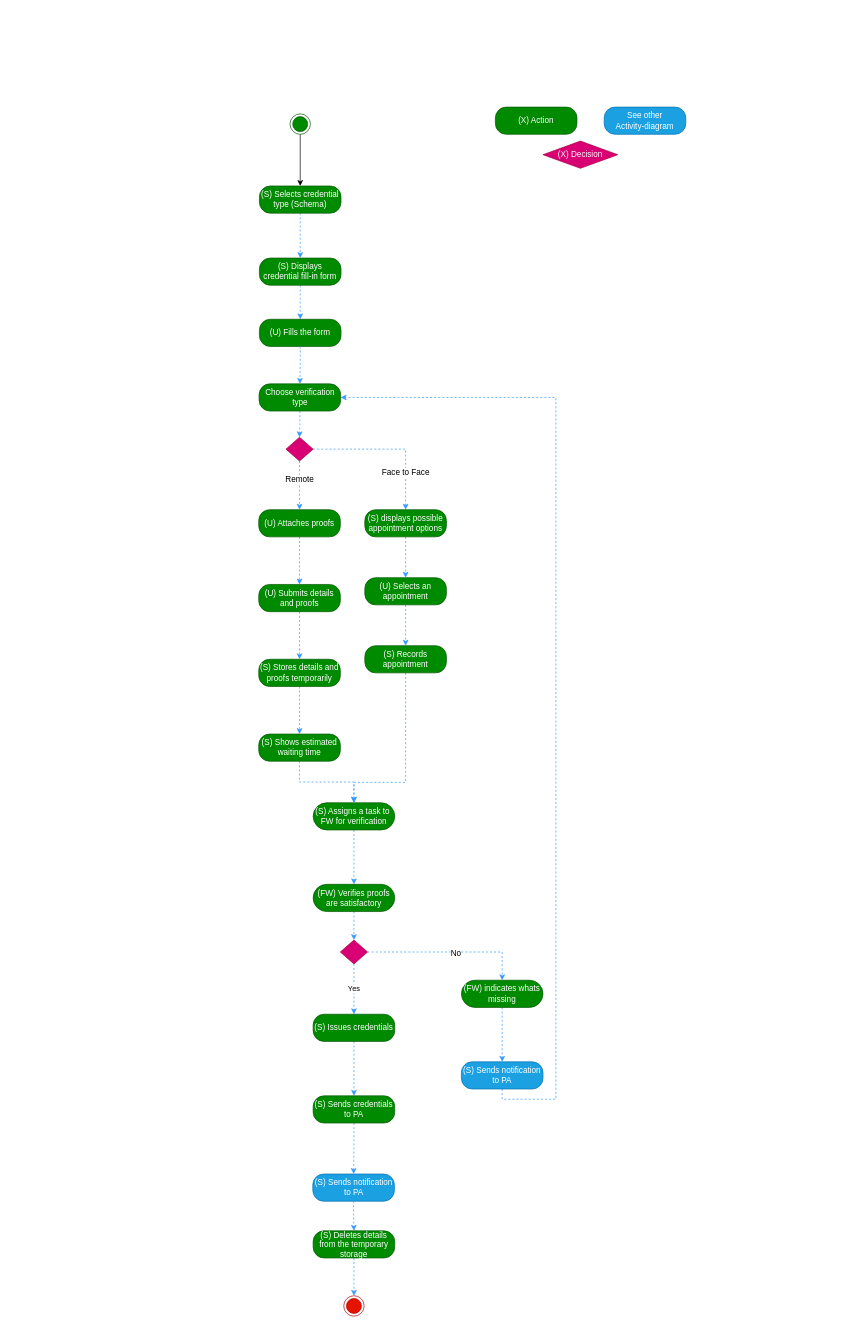
nsward/diagrams keeps this draw.io diagram as Activity Diagrams/Get a credential activity.drawio. Above is the earlier version. Source tidied: cells renumbered, new cells numbered last; positions are measured from the earlier drawing's top-left corner, leaving out a move shared by most shapes. Both pictures are drawn from the tidied source at 68%, with x=0, y=0 at pixel (258, 107).
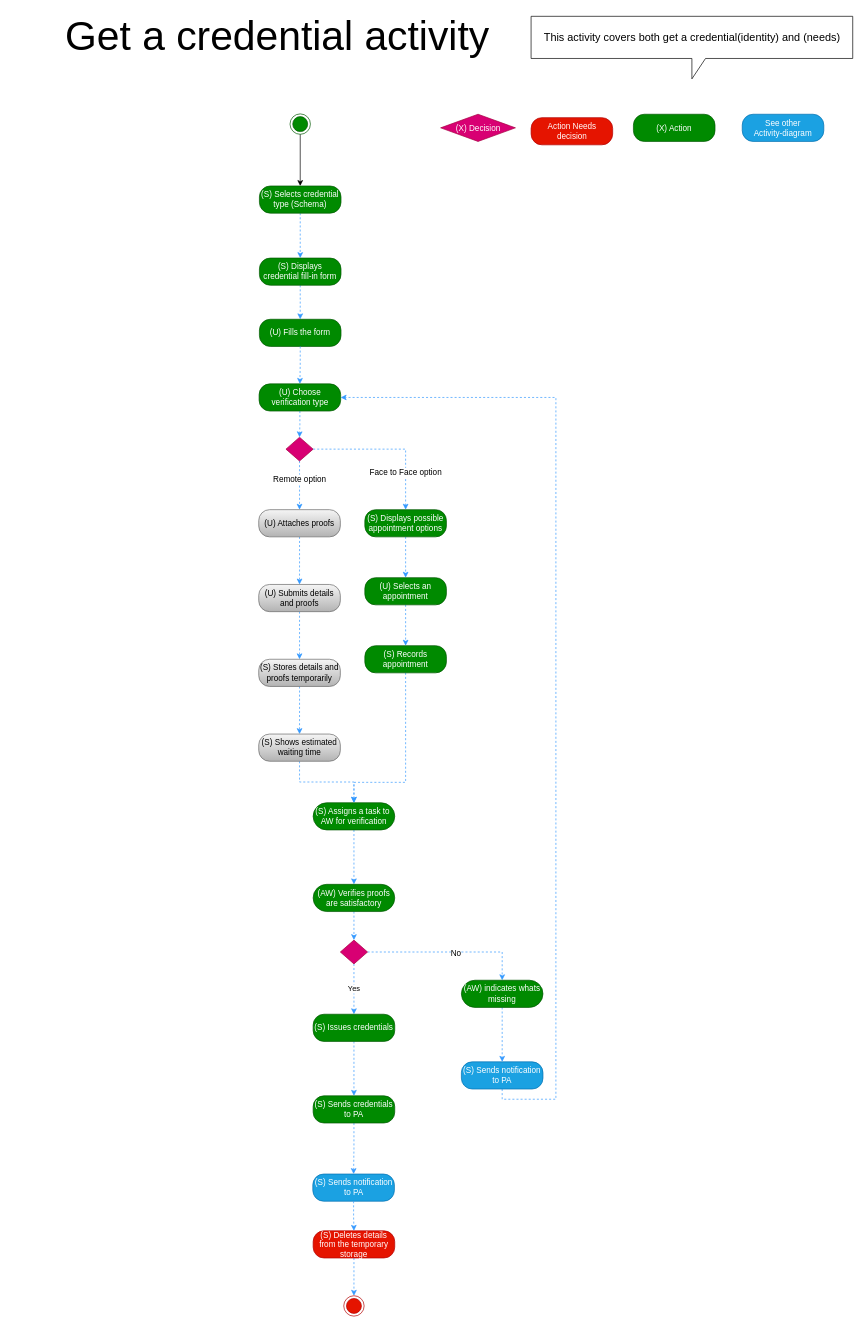
After the change.

Unchanged cells that the change refers to:
```xml
<mxCell id="27" style="edgeStyle=orthogonalEdgeStyle;rounded=0;jettySize=auto;html=1;entryX=0.5;entryY=0;entryDx=0;entryDy=0;dashed=1;strokeColor=#3399FF;fontColor=#ffffff;" parent="1" edge="1" source="31" target="34">
  <mxGeometry relative="1" as="geometry" />
</mxCell>
<mxCell id="29" style="edgeStyle=orthogonalEdgeStyle;rounded=0;jettySize=auto;html=1;entryX=0.5;entryY=0;entryDx=0;entryDy=0;dashed=1;strokeColor=#3399FF;fontColor=#ffffff;" parent="1" edge="1" source="31" target="16">
  <mxGeometry relative="1" as="geometry" />
</mxCell>
```

Diff of the diagram source:
```diff
@@
-    <mxCell id="4" value="See other&lt;br&gt;Activity-diagram" style="rounded=1;whiteSpace=wrap;html=1;arcSize=40;fillColor=#1ba1e2;strokeColor=#006EAF;fontColor=#ffffff;" parent="1" vertex="1">
-      <mxGeometry x="508" width="120" height="40" as="geometry" />
-    </mxCell>
@@
-    <mxCell id="6" value="(X) Action&lt;br&gt;" style="rounded=1;whiteSpace=wrap;html=1;arcSize=40;fillColor=#008a00;strokeColor=#005700;fontColor=#ffffff;" parent="1" vertex="1">
-      <mxGeometry x="348" width="120" height="40" as="geometry" />
-    </mxCell>
-    <mxCell id="7" value="&lt;span&gt;(X) Decision&lt;br&gt;&lt;/span&gt;" style="rhombus;whiteSpace=wrap;html=1;fillColor=#d80073;strokeColor=#A50040;fontColor=#ffffff;" parent="1" vertex="1">
-      <mxGeometry x="418" y="50" width="110" height="40" as="geometry" />
-    </mxCell>
@@
-    <mxCell id="16" value="(U) Attaches proofs" style="rounded=1;whiteSpace=wrap;html=1;arcSize=40;fillColor=#008a00;strokeColor=#005700;fontColor=#ffffff;" parent="1" vertex="1">
+    <mxCell id="16" value="(U) Attaches proofs" style="rounded=1;whiteSpace=wrap;html=1;arcSize=40;fillColor=#f5f5f5;strokeColor=#666666;gradientColor=#b3b3b3;" parent="1" vertex="1">
       <mxGeometry y="592" width="120" height="40" as="geometry" />
     </mxCell>
@@
-    <mxCell id="18" value="(U) Submits details and proofs" style="rounded=1;whiteSpace=wrap;html=1;arcSize=40;fillColor=#008a00;strokeColor=#005700;fontColor=#ffffff;" parent="1" vertex="1">
+    <mxCell id="18" value="(U) Submits details and proofs" style="rounded=1;whiteSpace=wrap;html=1;arcSize=40;fillColor=#f5f5f5;strokeColor=#666666;gradientColor=#b3b3b3;" parent="1" vertex="1">
       <mxGeometry y="702" width="120" height="40" as="geometry" />
     </mxCell>
@@
-    <mxCell id="20" value="(S) Stores details and proofs temporarily" style="rounded=1;whiteSpace=wrap;html=1;arcSize=40;fillColor=#008a00;strokeColor=#005700;fontColor=#ffffff;" parent="1" vertex="1">
+    <mxCell id="20" value="(S) Stores details and proofs temporarily" style="rounded=1;whiteSpace=wrap;html=1;arcSize=40;fillColor=#f5f5f5;strokeColor=#666666;gradientColor=#b3b3b3;" parent="1" vertex="1">
       <mxGeometry y="812" width="120" height="40" as="geometry" />
     </mxCell>
@@
-    <mxCell id="22" value="(S) Shows estimated waiting time" style="rounded=1;whiteSpace=wrap;html=1;arcSize=40;fillColor=#008a00;strokeColor=#005700;fontColor=#ffffff;" parent="1" vertex="1">
+    <mxCell id="22" value="(S) Shows estimated waiting time" style="rounded=1;whiteSpace=wrap;html=1;arcSize=40;fillColor=#f5f5f5;strokeColor=#666666;gradientColor=#b3b3b3;" parent="1" vertex="1">
       <mxGeometry y="922" width="120" height="40" as="geometry" />
     </mxCell>
@@
-    <mxCell id="24" value="(S) Assigns a task to&amp;nbsp; FW for verification" style="rounded=1;whiteSpace=wrap;html=1;arcSize=50;fillColor=#008a00;strokeColor=#005700;fontColor=#ffffff;" parent="1" vertex="1">
+    <mxCell id="24" value="(S) Assigns a task to&amp;nbsp; AW for verification" style="rounded=1;whiteSpace=wrap;html=1;arcSize=50;fillColor=#008a00;strokeColor=#005700;fontColor=#ffffff;" parent="1" vertex="1">
       <mxGeometry x="80" y="1023" width="120" height="40" as="geometry" />
     </mxCell>
@@
-    <mxCell id="26" value="(FW) Verifies proofs are satisfactory" style="rounded=1;whiteSpace=wrap;html=1;arcSize=50;fillColor=#008a00;strokeColor=#005700;fontColor=#ffffff;" parent="1" vertex="1">
+    <mxCell id="26" value="(AW) Verifies proofs are satisfactory" style="rounded=1;whiteSpace=wrap;html=1;arcSize=50;fillColor=#008a00;strokeColor=#005700;fontColor=#ffffff;" parent="1" vertex="1">
       <mxGeometry x="80" y="1143" width="120" height="40" as="geometry" />
     </mxCell>
@@
-    <mxCell id="28" value="Face to Face" style="text;html=1;align=center;verticalAlign=middle;labelBackgroundColor=#ffffff;fontColor=#000000;" parent="27" vertex="1">
+    <mxCell id="28" value="Face to Face option" style="text;html=1;align=center;verticalAlign=middle;labelBackgroundColor=#ffffff;fontColor=#000000;" parent="27" vertex="1">
       <mxGeometry x="0.2" y="-34" relative="1" as="geometry" />
     </mxCell>
@@
-    <mxCell id="30" value="Remote" style="text;html=1;align=center;verticalAlign=middle;labelBackgroundColor=#ffffff;fontColor=#000000;" parent="29" vertex="1">
+    <mxCell id="30" value="Remote option" style="text;html=1;align=center;verticalAlign=middle;labelBackgroundColor=#ffffff;fontColor=#000000;" parent="29" vertex="1">
       <mxGeometry y="-9" relative="1" as="geometry">
         <mxPoint x="8" y="-9" as="offset" />
       </mxGeometry>
     </mxCell>
@@
-    <mxCell id="34" value="(S) displays possible appointment options" style="rounded=1;whiteSpace=wrap;html=1;arcSize=40;fillColor=#008a00;strokeColor=#005700;fontColor=#ffffff;" parent="1" vertex="1">
+    <mxCell id="34" value="(S) Displays possible appointment options" style="rounded=1;whiteSpace=wrap;html=1;arcSize=40;fillColor=#008a00;strokeColor=#005700;fontColor=#ffffff;" parent="1" vertex="1">
       <mxGeometry x="156" y="592" width="120" height="40" as="geometry" />
     </mxCell>
@@
-    <mxCell id="40" value="Choose verification type" style="rounded=1;whiteSpace=wrap;html=1;arcSize=40;fillColor=#008a00;strokeColor=#005700;fontColor=#ffffff;" parent="1" vertex="1">
+    <mxCell id="40" value="(U) Choose verification type" style="rounded=1;whiteSpace=wrap;html=1;arcSize=40;fillColor=#008a00;strokeColor=#005700;fontColor=#ffffff;" parent="1" vertex="1">
       <mxGeometry x="0.5" y="407" width="120" height="40" as="geometry" />
     </mxCell>
@@
-    <mxCell id="46" value="(FW) indicates whats missing" style="rounded=1;whiteSpace=wrap;html=1;arcSize=50;fillColor=#008a00;strokeColor=#005700;fontColor=#ffffff;" parent="1" vertex="1">
+    <mxCell id="46" value="(AW) indicates whats missing" style="rounded=1;whiteSpace=wrap;html=1;arcSize=50;fillColor=#008a00;strokeColor=#005700;fontColor=#ffffff;" parent="1" vertex="1">
       <mxGeometry x="298" y="1284" width="120" height="40" as="geometry" />
     </mxCell>
@@
-    <mxCell id="53" value="(S) Deletes details from the temporary storage&lt;br&gt;" style="rounded=1;whiteSpace=wrap;html=1;arcSize=40;fillColor=#008a00;strokeColor=#005700;fontColor=#ffffff;" parent="1" vertex="1">
+    <mxCell id="53" value="(S) Deletes details from the temporary storage&lt;br&gt;" style="rounded=1;whiteSpace=wrap;html=1;arcSize=40;fillColor=#e51400;strokeColor=#B20000;fontColor=#ffffff;" parent="1" vertex="1">
       <mxGeometry x="80" y="1652.5" width="120" height="40" as="geometry" />
     </mxCell>
@@
+    <mxCell id="55" value="Get a credential activity" style="text;html=1;strokeColor=none;fillColor=none;align=center;verticalAlign=middle;whiteSpace=wrap;rounded=0;fontSize=60;" parent="1" vertex="1">
+      <mxGeometry x="-363" y="-109.5" width="781" height="11" as="geometry" />
+    </mxCell>
+    <mxCell id="4" value="See other&lt;br&gt;Activity-diagram" style="rounded=1;whiteSpace=wrap;html=1;arcSize=40;fillColor=#1ba1e2;strokeColor=#006EAF;fontColor=#ffffff;" parent="1" vertex="1">
+      <mxGeometry x="711" y="10.5" width="120" height="40" as="geometry" />
+    </mxCell>
+    <mxCell id="6" value="(X) Action&lt;br&gt;" style="rounded=1;whiteSpace=wrap;html=1;arcSize=40;fillColor=#008a00;strokeColor=#005700;fontColor=#ffffff;" parent="1" vertex="1">
+      <mxGeometry x="551" y="10.5" width="120" height="40" as="geometry" />
+    </mxCell>
+    <mxCell id="7" value="&lt;span&gt;(X) Decision&lt;br&gt;&lt;/span&gt;" style="rhombus;whiteSpace=wrap;html=1;fillColor=#d80073;strokeColor=#A50040;fontColor=#ffffff;" parent="1" vertex="1">
+      <mxGeometry x="267.5" y="10.5" width="110" height="40" as="geometry" />
+    </mxCell>
+    <mxCell id="56" value="Action Needs decision&lt;br&gt;" style="rounded=1;whiteSpace=wrap;html=1;arcSize=40;fillColor=#e51400;strokeColor=#B20000;fontColor=#ffffff;" parent="1" vertex="1">
+      <mxGeometry x="400.5" y="15.5" width="120" height="40" as="geometry" />
+    </mxCell>
+    <mxCell id="57" value="&lt;font style=&quot;font-size: 16px;&quot;&gt;This activity covers both get a credential(identity) and (needs)&lt;br style=&quot;font-size: 16px;&quot;&gt;&lt;/font&gt;" style="shape=callout;whiteSpace=wrap;html=1;perimeter=calloutPerimeter;fontSize=16;" parent="1" vertex="1">
+      <mxGeometry x="400.5" y="-133.5" width="473" height="92" as="geometry" />
+    </mxCell>
```
